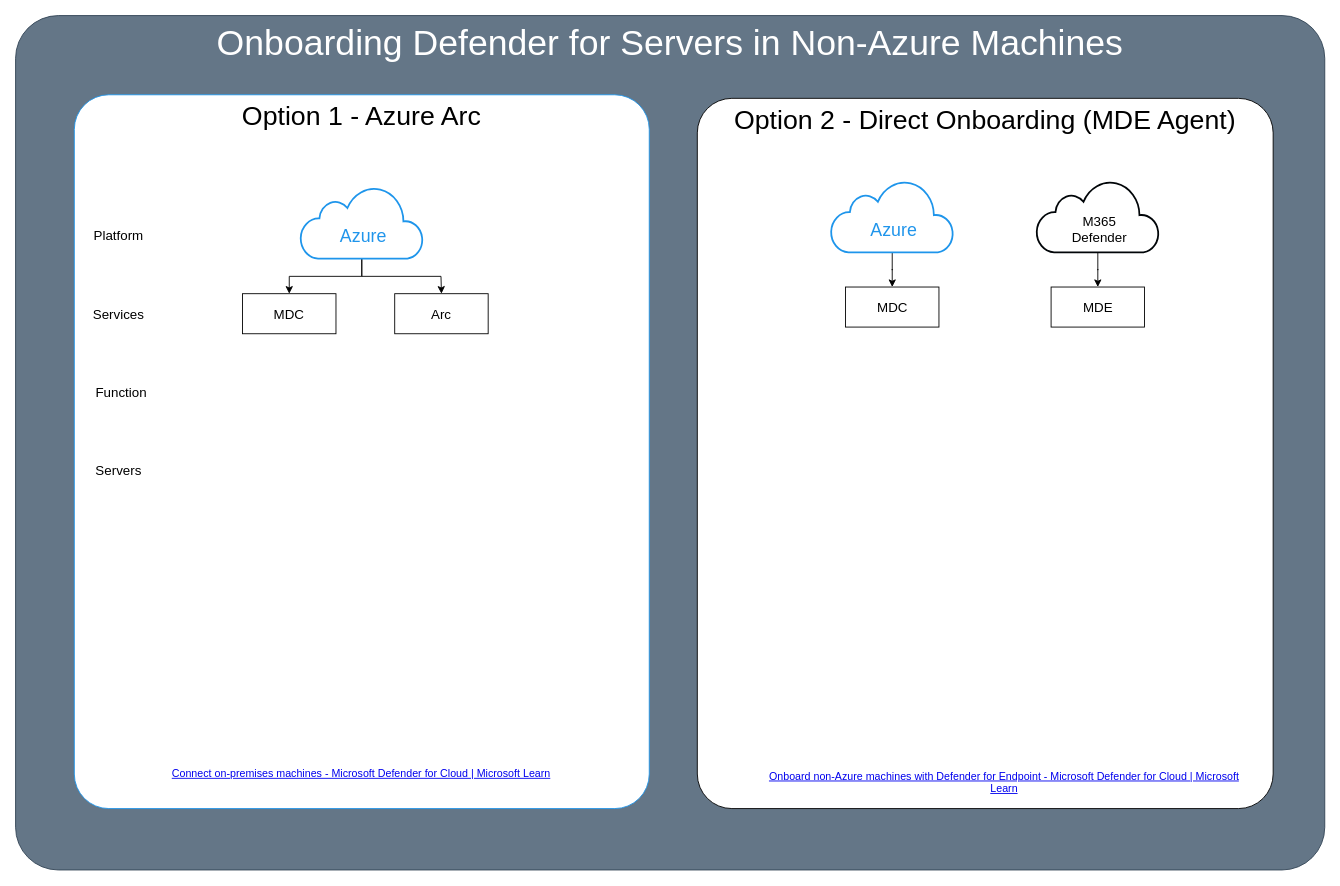
Earlier version of the draw.io diagram page "Page-11" (11 of 11) of M365/Untitled Diagram.drawio (amcamillo/DnD-DecksnDiagrams). Source tidied: cells renumbered, new cells numbered last; positions are measured from the earlier drawing's top-left corner, leaving out a move shared by most shapes. Both pictures are drawn from the tidied source at 89%, with x=0, y=0 at pixel (15, 15).
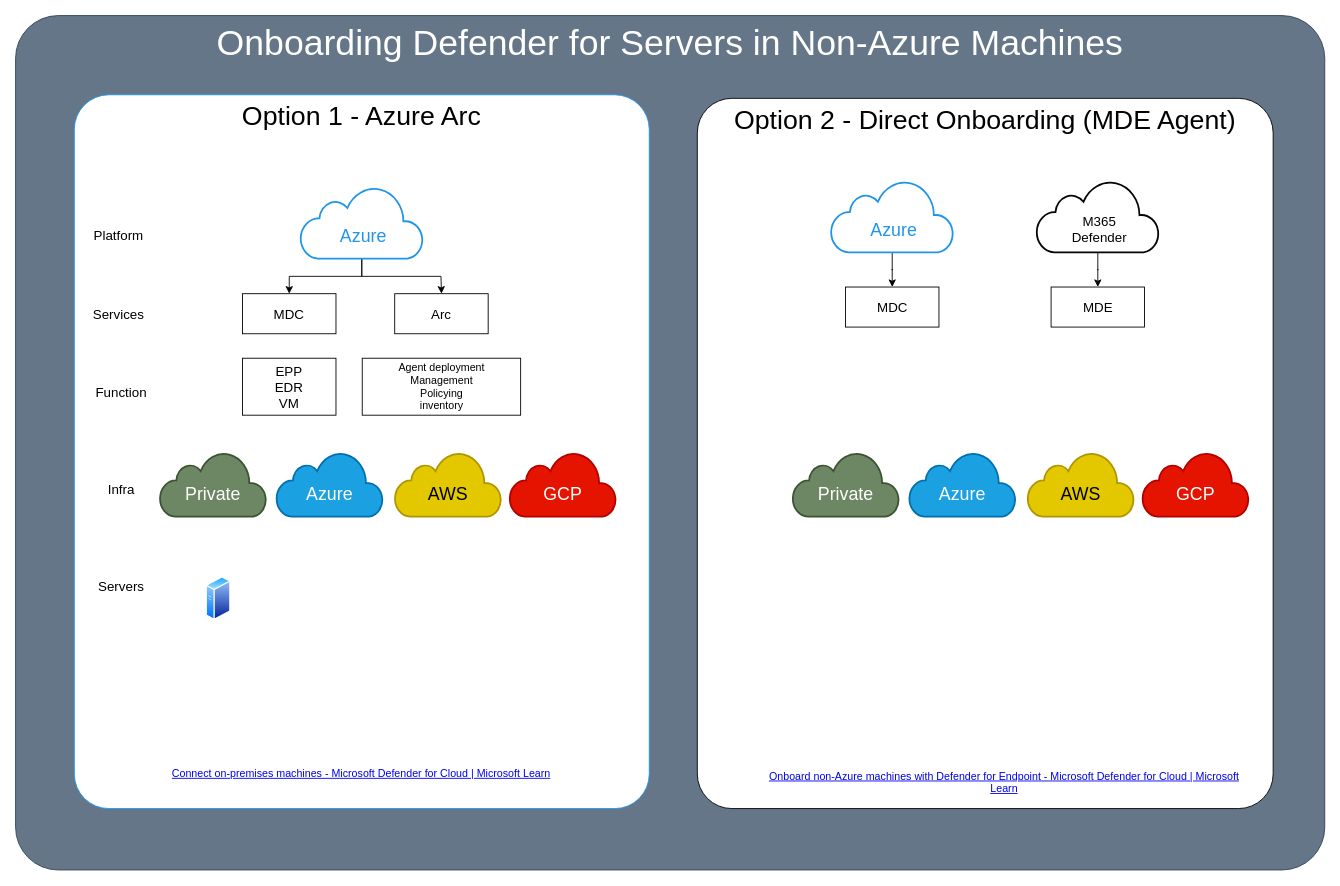
The same page after the edit.

The edit, as a diff of the source:
```diff
@@
-    <mxCell id="18" value="Servers" style="text;html=1;strokeColor=none;fillColor=none;align=center;verticalAlign=middle;whiteSpace=wrap;rounded=0;fontSize=15;" parent="1" vertex="1">
-      <mxGeometry x="86" y="496" width="60" height="30" as="geometry" />
+    <mxCell id="18" value="Infra" style="text;html=1;strokeColor=none;fillColor=none;align=center;verticalAlign=middle;whiteSpace=wrap;rounded=0;fontSize=15;" parent="1" vertex="1">
+      <mxGeometry x="89" y="517" width="60" height="30" as="geometry" />
     </mxCell>
@@
+    <mxCell id="26" style="image;perimeter=ellipsePerimeter;html=1;align=center;shadow=0;dashed=0;spacingTop=3;image=img/lib/active_directory/generic_server.svg;" parent="1" vertex="1">
+      <mxGeometry x="214" y="630" width="28" height="50" as="geometry" />
+    </mxCell>
+    <mxCell id="27" style="html=1;verticalLabelPosition=bottom;align=center;labelBackgroundColor=#ffffff;verticalAlign=top;strokeWidth=2;strokeColor=#3A5431;shadow=0;dashed=0;shape=mxgraph.ios7.icons.cloud;fillColor=#6d8764;fontColor=#ffffff;" parent="1" vertex="1">
+      <mxGeometry x="162" y="490" width="120" height="73" as="geometry" />
+    </mxCell>
+    <mxCell id="28" value="&lt;font style=&quot;font-size: 20px;&quot;&gt;Private&lt;/font&gt;" style="text;html=1;strokeColor=none;fillColor=#6d8764;align=center;verticalAlign=middle;whiteSpace=wrap;rounded=0;fontColor=#ffffff;fontSize=20;" parent="1" vertex="1">
+      <mxGeometry x="192" y="522" width="60" height="30" as="geometry" />
+    </mxCell>
+    <mxCell id="29" style="html=1;verticalLabelPosition=bottom;align=center;labelBackgroundColor=#ffffff;verticalAlign=top;strokeWidth=2;strokeColor=#006EAF;shadow=0;dashed=0;shape=mxgraph.ios7.icons.cloud;fillColor=#1ba1e2;fontColor=#ffffff;" parent="1" vertex="1">
+      <mxGeometry x="293" y="490" width="120" height="73" as="geometry" />
+    </mxCell>
+    <mxCell id="30" value="&lt;font style=&quot;font-size: 20px;&quot;&gt;Azure&lt;/font&gt;" style="text;html=1;strokeColor=none;fillColor=#1ba1e2;align=center;verticalAlign=middle;whiteSpace=wrap;rounded=0;fontColor=#ffffff;fontSize=20;" parent="1" vertex="1">
+      <mxGeometry x="323" y="522" width="60" height="30" as="geometry" />
+    </mxCell>
+    <mxCell id="31" style="html=1;verticalLabelPosition=bottom;align=center;labelBackgroundColor=#ffffff;verticalAlign=top;strokeWidth=2;strokeColor=#B09500;shadow=0;dashed=0;shape=mxgraph.ios7.icons.cloud;fillColor=#e3c800;fontColor=#000000;" parent="1" vertex="1">
+      <mxGeometry x="426" y="490" width="120" height="73" as="geometry" />
+    </mxCell>
+    <mxCell id="32" value="&lt;font style=&quot;font-size: 20px;&quot;&gt;AWS&lt;/font&gt;" style="text;html=1;strokeColor=none;fillColor=#e3c800;align=center;verticalAlign=middle;whiteSpace=wrap;rounded=0;fontColor=#000000;fontSize=20;" parent="1" vertex="1">
+      <mxGeometry x="456" y="522" width="60" height="30" as="geometry" />
+    </mxCell>
+    <mxCell id="33" style="html=1;verticalLabelPosition=bottom;align=center;labelBackgroundColor=#ffffff;verticalAlign=top;strokeWidth=2;strokeColor=#B20000;shadow=0;dashed=0;shape=mxgraph.ios7.icons.cloud;fillColor=#e51400;fontColor=#ffffff;" parent="1" vertex="1">
+      <mxGeometry x="555" y="490" width="120" height="73" as="geometry" />
+    </mxCell>
+    <mxCell id="34" value="&lt;font style=&quot;font-size: 20px;&quot;&gt;GCP&lt;/font&gt;" style="text;html=1;strokeColor=none;fillColor=#e51400;align=center;verticalAlign=middle;whiteSpace=wrap;rounded=0;fontColor=#ffffff;fontSize=20;" parent="1" vertex="1">
+      <mxGeometry x="585" y="522" width="60" height="30" as="geometry" />
+    </mxCell>
+    <mxCell id="35" style="html=1;verticalLabelPosition=bottom;align=center;labelBackgroundColor=#ffffff;verticalAlign=top;strokeWidth=2;strokeColor=#3A5431;shadow=0;dashed=0;shape=mxgraph.ios7.icons.cloud;fillColor=#6d8764;fontColor=#ffffff;" parent="1" vertex="1">
+      <mxGeometry x="873" y="490" width="120" height="73" as="geometry" />
+    </mxCell>
+    <mxCell id="36" value="&lt;font style=&quot;font-size: 20px;&quot;&gt;Private&lt;/font&gt;" style="text;html=1;strokeColor=none;fillColor=#6d8764;align=center;verticalAlign=middle;whiteSpace=wrap;rounded=0;fontColor=#ffffff;fontSize=20;" parent="1" vertex="1">
+      <mxGeometry x="903" y="522" width="60" height="30" as="geometry" />
+    </mxCell>
+    <mxCell id="37" style="html=1;verticalLabelPosition=bottom;align=center;labelBackgroundColor=#ffffff;verticalAlign=top;strokeWidth=2;strokeColor=#006EAF;shadow=0;dashed=0;shape=mxgraph.ios7.icons.cloud;fillColor=#1ba1e2;fontColor=#ffffff;" parent="1" vertex="1">
+      <mxGeometry x="1004" y="490" width="120" height="73" as="geometry" />
+    </mxCell>
+    <mxCell id="38" value="&lt;font style=&quot;font-size: 20px;&quot;&gt;Azure&lt;/font&gt;" style="text;html=1;strokeColor=none;fillColor=#1ba1e2;align=center;verticalAlign=middle;whiteSpace=wrap;rounded=0;fontColor=#ffffff;fontSize=20;" parent="1" vertex="1">
+      <mxGeometry x="1034" y="522" width="60" height="30" as="geometry" />
+    </mxCell>
+    <mxCell id="39" style="html=1;verticalLabelPosition=bottom;align=center;labelBackgroundColor=#ffffff;verticalAlign=top;strokeWidth=2;strokeColor=#B09500;shadow=0;dashed=0;shape=mxgraph.ios7.icons.cloud;fillColor=#e3c800;fontColor=#000000;" parent="1" vertex="1">
+      <mxGeometry x="1137" y="490" width="120" height="73" as="geometry" />
+    </mxCell>
+    <mxCell id="40" value="&lt;font style=&quot;font-size: 20px;&quot;&gt;AWS&lt;/font&gt;" style="text;html=1;strokeColor=none;fillColor=#e3c800;align=center;verticalAlign=middle;whiteSpace=wrap;rounded=0;fontColor=#000000;fontSize=20;" parent="1" vertex="1">
+      <mxGeometry x="1167" y="522" width="60" height="30" as="geometry" />
+    </mxCell>
+    <mxCell id="41" style="html=1;verticalLabelPosition=bottom;align=center;labelBackgroundColor=#ffffff;verticalAlign=top;strokeWidth=2;strokeColor=#B20000;shadow=0;dashed=0;shape=mxgraph.ios7.icons.cloud;fillColor=#e51400;fontColor=#ffffff;" parent="1" vertex="1">
+      <mxGeometry x="1266" y="490" width="120" height="73" as="geometry" />
+    </mxCell>
+    <mxCell id="42" value="&lt;font style=&quot;font-size: 20px;&quot;&gt;GCP&lt;/font&gt;" style="text;html=1;strokeColor=none;fillColor=#e51400;align=center;verticalAlign=middle;whiteSpace=wrap;rounded=0;fontColor=#ffffff;fontSize=20;" parent="1" vertex="1">
+      <mxGeometry x="1296" y="522" width="60" height="30" as="geometry" />
+    </mxCell>
+    <mxCell id="43" value="Servers" style="text;html=1;strokeColor=none;fillColor=none;align=center;verticalAlign=middle;whiteSpace=wrap;rounded=0;fontSize=15;" parent="1" vertex="1">
+      <mxGeometry x="89" y="626" width="60" height="30" as="geometry" />
+    </mxCell>
+    <mxCell id="44" value="&lt;font style=&quot;font-size: 12px;&quot;&gt;Agent deployment&lt;br style=&quot;font-size: 12px;&quot;&gt;Management&lt;br style=&quot;font-size: 12px;&quot;&gt;Policying&lt;br style=&quot;font-size: 12px;&quot;&gt;inventory&lt;br style=&quot;font-size: 12px;&quot;&gt;&lt;/font&gt;" style="rounded=0;whiteSpace=wrap;html=1;fontSize=12;" parent="1" vertex="1">
+      <mxGeometry x="389.5" y="385" width="178" height="64" as="geometry" />
+    </mxCell>
+    <mxCell id="45" value="&lt;font style=&quot;font-size: 15px;&quot;&gt;EPP&lt;br&gt;EDR&lt;br&gt;VM&lt;br&gt;&lt;/font&gt;" style="rounded=0;whiteSpace=wrap;html=1;fontSize=15;" parent="1" vertex="1">
+      <mxGeometry x="255" y="385" width="105" height="64" as="geometry" />
+    </mxCell>
```
